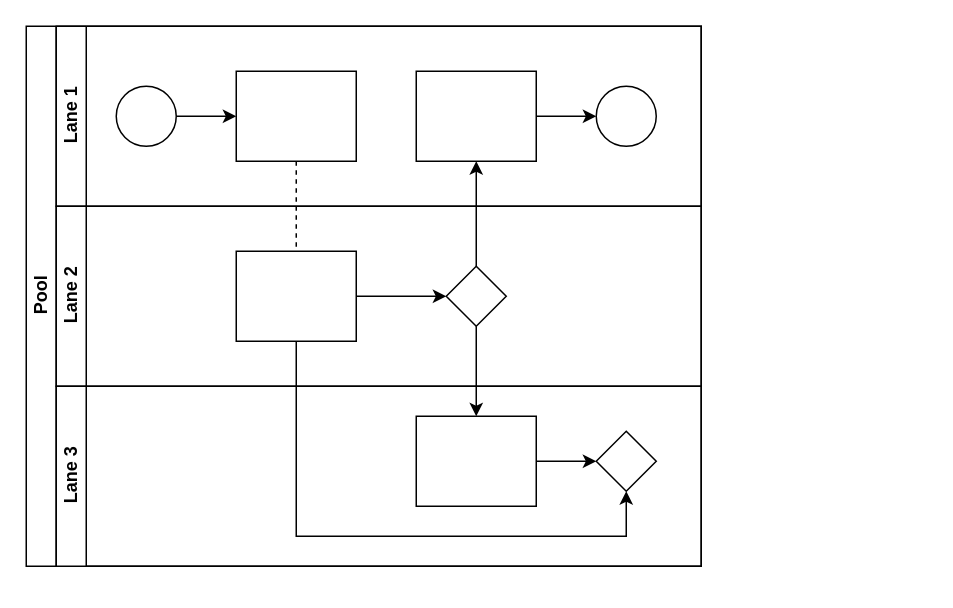
This is Untitled Diagram.drawio from ecofrau/AlgorythmsProCourse, a draw.io file, before an edit. Source tidied: cells renumbered, new cells numbered last; positions are measured from the earlier drawing's top-left corner, leaving out a move shared by most shapes. Both pictures are drawn from the tidied source at 150%, with x=0, y=0 at pixel (26, 26).
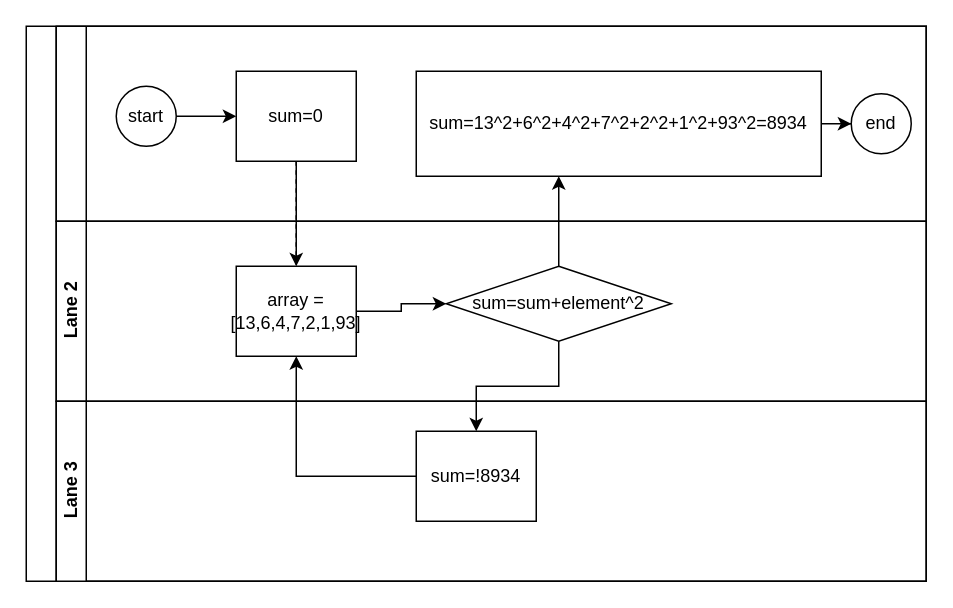
The same page after the edit.

The edit, as a diff of the source:
```diff
@@
-    <mxCell id="2" value="Pool" style="swimlane;html=1;horizontal=0;startSize=20;" parent="1" vertex="1">
-      <mxGeometry width="450" height="360" as="geometry" />
+    <mxCell id="2" style="swimlane;html=1;horizontal=0;startSize=20;" parent="1" vertex="1">
+      <mxGeometry width="600" height="370" as="geometry" />
     </mxCell>
@@
     <mxCell id="4" style="edgeStyle=orthogonalEdgeStyle;rounded=0;jettySize=auto;html=1;endArrow=classic;endFill=1;" parent="2" edge="1" source="17" target="12">
-      <mxGeometry relative="1" as="geometry" />
+      <mxGeometry relative="1" as="geometry">
+        <Array as="points">
+          <mxPoint x="355" y="110" />
+          <mxPoint x="355" y="110" />
+        </Array>
+      </mxGeometry>
     </mxCell>
@@
-    <mxCell id="6" style="edgeStyle=orthogonalEdgeStyle;rounded=0;jettySize=auto;html=1;endArrow=classic;endFill=1;" parent="2" edge="1" source="16" target="21">
-      <mxGeometry relative="1" as="geometry">
-        <Array as="points">
-          <mxPoint x="180" y="340" />
-          <mxPoint x="400" y="340" />
-        </Array>
-      </mxGeometry>
-    </mxCell>
-    <mxCell id="7" value="Lane 1" style="swimlane;html=1;startSize=20;horizontal=0;" parent="2" vertex="1">
-      <mxGeometry x="20" width="430" height="120" as="geometry" />
+    <mxCell id="7" style="swimlane;html=1;startSize=20;horizontal=0;" parent="2" vertex="1">
+      <mxGeometry x="20" width="580" height="130" as="geometry" />
     </mxCell>
@@
-    <mxCell id="9" style="ellipse;whiteSpace=wrap;html=1;" parent="7" vertex="1">
+    <mxCell id="9" value="start" style="ellipse;whiteSpace=wrap;html=1;" parent="7" vertex="1">
       <mxGeometry x="40" y="40" width="40" height="40" as="geometry" />
     </mxCell>
-    <mxCell id="10" style="rounded=0;whiteSpace=wrap;html=1;fontFamily=Helvetica;fontSize=12;fontColor=#000000;align=center;" parent="7" vertex="1">
+    <mxCell id="10" value="sum=0" style="rounded=0;whiteSpace=wrap;html=1;fontFamily=Helvetica;fontSize=12;fontColor=#000000;align=center;" parent="7" vertex="1">
       <mxGeometry x="120" y="30" width="80" height="60" as="geometry" />
     </mxCell>
@@
-    <mxCell id="12" style="rounded=0;whiteSpace=wrap;html=1;fontFamily=Helvetica;fontSize=12;fontColor=#000000;align=center;" parent="7" vertex="1">
-      <mxGeometry x="240" y="30" width="80" height="60" as="geometry" />
+    <mxCell id="12" value="sum=13^2+6^2+4^2+7^2+2^2+1^2+93^2=8934" style="rounded=0;whiteSpace=wrap;html=1;fontFamily=Helvetica;fontSize=12;fontColor=#000000;align=center;" parent="7" vertex="1">
+      <mxGeometry x="240" y="30" width="270" height="70" as="geometry" />
     </mxCell>
-    <mxCell id="13" style="ellipse;whiteSpace=wrap;html=1;" parent="7" vertex="1">
-      <mxGeometry x="360" y="40" width="40" height="40" as="geometry" />
+    <mxCell id="13" value="end" style="ellipse;whiteSpace=wrap;html=1;" parent="7" vertex="1">
+      <mxGeometry x="530" y="45" width="40" height="40" as="geometry" />
     </mxCell>
     <mxCell id="14" value="Lane 2" style="swimlane;html=1;startSize=20;horizontal=0;" parent="2" vertex="1">
-      <mxGeometry x="20" y="120" width="430" height="120" as="geometry" />
+      <mxGeometry x="20" y="130" width="580" height="120" as="geometry" />
     </mxCell>
@@
-    <mxCell id="16" style="rounded=0;whiteSpace=wrap;html=1;fontFamily=Helvetica;fontSize=12;fontColor=#000000;align=center;" parent="14" vertex="1">
+    <mxCell id="16" value="array = [13,6,4,7,2,1,93]" style="rounded=0;whiteSpace=wrap;html=1;fontFamily=Helvetica;fontSize=12;fontColor=#000000;align=center;" parent="14" vertex="1">
       <mxGeometry x="120" y="30" width="80" height="60" as="geometry" />
     </mxCell>
-    <mxCell id="17" style="rhombus;whiteSpace=wrap;html=1;fontFamily=Helvetica;fontSize=12;fontColor=#000000;align=center;" parent="14" vertex="1">
-      <mxGeometry x="260" y="40" width="40" height="40" as="geometry" />
+    <mxCell id="17" value="sum=sum+element^2" style="rhombus;whiteSpace=wrap;html=1;fontFamily=Helvetica;fontSize=12;fontColor=#000000;align=center;" parent="14" vertex="1">
+      <mxGeometry x="260" y="30" width="150" height="50" as="geometry" />
     </mxCell>
     <mxCell id="18" value="Lane 3" style="swimlane;html=1;startSize=20;horizontal=0;" parent="2" vertex="1">
-      <mxGeometry x="20" y="240" width="430" height="120" as="geometry" />
+      <mxGeometry x="20" y="250" width="580" height="120" as="geometry" />
     </mxCell>
-    <mxCell id="19" style="edgeStyle=orthogonalEdgeStyle;rounded=0;jettySize=auto;html=1;endArrow=classic;endFill=1;" parent="18" edge="1" source="20" target="21">
-      <mxGeometry relative="1" as="geometry" />
-    </mxCell>
-    <mxCell id="20" style="rounded=0;whiteSpace=wrap;html=1;fontFamily=Helvetica;fontSize=12;fontColor=#000000;align=center;" parent="18" vertex="1">
+    <mxCell id="20" value="sum=!8934" style="rounded=0;whiteSpace=wrap;html=1;fontFamily=Helvetica;fontSize=12;fontColor=#000000;align=center;" parent="18" vertex="1">
       <mxGeometry x="240" y="20" width="80" height="60" as="geometry" />
     </mxCell>
-    <mxCell id="21" style="rhombus;whiteSpace=wrap;html=1;fontFamily=Helvetica;fontSize=12;fontColor=#000000;align=center;" parent="18" vertex="1">
-      <mxGeometry x="360" y="30" width="40" height="40" as="geometry" />
-    </mxCell>
+    <mxCell id="22" style="edgeStyle=orthogonalEdgeStyle;rounded=0;jettySize=auto;html=1;" parent="2" edge="1" source="10" target="16">
+      <mxGeometry relative="1" as="geometry" />
+    </mxCell>
+    <mxCell id="23" style="edgeStyle=orthogonalEdgeStyle;rounded=0;jettySize=auto;html=1;exitX=0;exitY=0.5;exitDx=0;exitDy=0;entryX=0.5;entryY=1;entryDx=0;entryDy=0;" parent="2" edge="1" source="20" target="16">
+      <mxGeometry relative="1" as="geometry" />
+    </mxCell>
```
